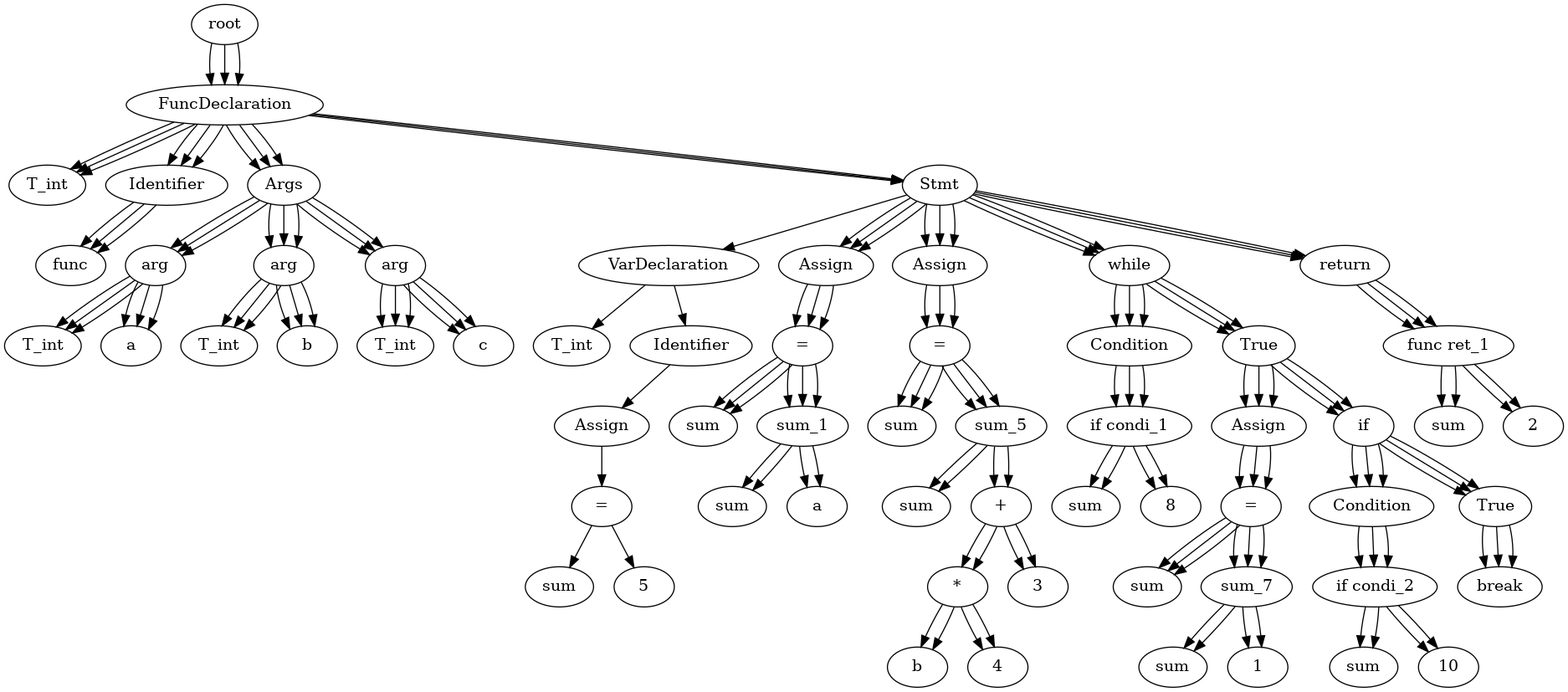
This is test.gv.png from Jstar49/starCC, a Graphviz export, as it was before one commit. Its source is kept beside it as test.gv.
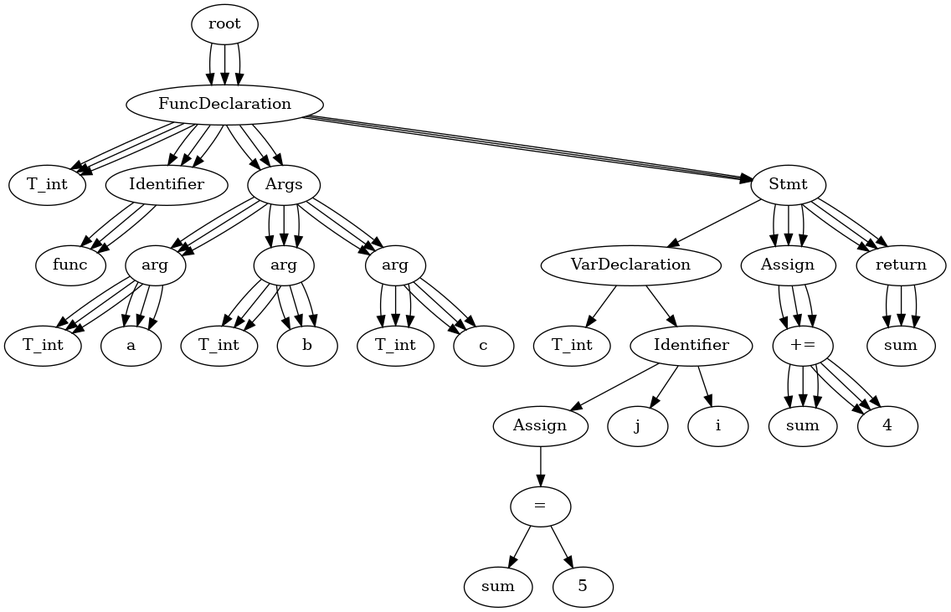
Above is the later version.

Diff of the diagram source:
```diff
@@ -44,84 +44,22 @@
 	20 -> 19
 	21 [label=5]
 	20 -> 21
-	22 [label=Assign]
-	14 -> 22
-	24 [label="="]
-	22 -> 24
-	23 [label=sum]
-	24 -> 23
-	26 [label="+"]
+	22 [label=j]
+	17 -> 22
+	23 [label=i]
+	17 -> 23
+	24 [label=Assign]
+	14 -> 24
+	26 [label="+="]
 	24 -> 26
 	25 [label=sum]
 	26 -> 25
-	27 [label=a]
+	27 [label=4]
 	26 -> 27
-	28 [label=Assign]
+	28 [label=return]
 	14 -> 28
-	30 [label="="]
-	28 -> 30
 	29 [label=sum]
-	30 -> 29
-	32 [label="-"]
-	30 -> 32
-	31 [label=sum]
-	32 -> 31
-	36 [label="+"]
-	32 -> 36
-	34 [label="*"]
-	36 -> 34
-	33 [label=b]
-	34 -> 33
-	35 [label=4]
-	34 -> 35
-	37 [label=3]
-	36 -> 37
-	38 [label=while]
-	14 -> 38
-	39 [label=Condition]
-	38 -> 39
-	41 [label=">"]
-	39 -> 41
-	40 [label=sum]
-	41 -> 40
-	42 [label=8]
-	41 -> 42
-	43 [label=True]
-	38 -> 43
-	44 [label=Assign]
-	43 -> 44
-	46 [label="="]
-	44 -> 46
-	45 [label=sum]
-	46 -> 45
-	48 [label="-"]
-	46 -> 48
-	47 [label=sum]
-	48 -> 47
-	49 [label=1]
-	48 -> 49
-	50 [label=if]
-	43 -> 50
-	51 [label=Condition]
-	50 -> 51
-	53 [label="=="]
-	51 -> 53
-	52 [label=sum]
-	53 -> 52
-	54 [label=10]
-	53 -> 54
-	55 [label=True]
-	50 -> 55
-	56 [label=break]
-	55 -> 56
-	57 [label=return]
-	14 -> 57
-	59 [label="+"]
-	57 -> 59
-	58 [label=sum]
-	59 -> 58
-	60 [label=2]
-	59 -> 60
+	28 -> 29
 	None [label=root]
 	0 [label=FuncDeclaration]
 	None -> 0
@@ -153,84 +91,18 @@
 	11 -> 13
 	14 [label=Stmt]
 	0 -> 14
-	22 [label=Assign]
-	14 -> 22
-	24 [label="="]
-	22 -> 24
-	23 [label=sum]
-	24 -> 23
-	26 [label="+"]
+	24 [label=Assign]
+	14 -> 24
+	26 [label="+="]
 	24 -> 26
 	25 [label=sum]
 	26 -> 25
-	27 [label=a]
+	27 [label=4]
 	26 -> 27
-	28 [label=Assign]
+	28 [label=return]
 	14 -> 28
-	30 [label="="]
-	28 -> 30
 	29 [label=sum]
-	30 -> 29
-	32 [label="-"]
-	30 -> 32
-	31 [label=sum]
-	32 -> 31
-	36 [label="+"]
-	32 -> 36
-	34 [label="*"]
-	36 -> 34
-	33 [label=b]
-	34 -> 33
-	35 [label=4]
-	34 -> 35
-	37 [label=3]
-	36 -> 37
-	38 [label=while]
-	14 -> 38
-	39 [label=Condition]
-	38 -> 39
-	41 [label=">"]
-	39 -> 41
-	40 [label=sum]
-	41 -> 40
-	42 [label=8]
-	41 -> 42
-	43 [label=True]
-	38 -> 43
-	44 [label=Assign]
-	43 -> 44
-	46 [label="="]
-	44 -> 46
-	45 [label=sum]
-	46 -> 45
-	48 [label="-"]
-	46 -> 48
-	47 [label=sum]
-	48 -> 47
-	49 [label=1]
-	48 -> 49
-	50 [label=if]
-	43 -> 50
-	51 [label=Condition]
-	50 -> 51
-	53 [label="=="]
-	51 -> 53
-	52 [label=sum]
-	53 -> 52
-	54 [label=10]
-	53 -> 54
-	55 [label=True]
-	50 -> 55
-	56 [label=break]
-	55 -> 56
-	57 [label=return]
-	14 -> 57
-	59 [label="+"]
-	57 -> 59
-	58 [label=sum]
-	59 -> 58
-	60 [label=2]
-	59 -> 60
+	28 -> 29
 	None [label=root]
 	0 [label=FuncDeclaration]
 	None -> 0
@@ -262,50 +134,16 @@
 	11 -> 13
 	14 [label=Stmt]
 	0 -> 14
-	22 [label=Assign]
-	14 -> 22
-	24 [label="="]
-	22 -> 24
-	23 [label=sum]
-	24 -> 23
-	26 [label=sum_1]
+	24 [label=Assign]
+	14 -> 24
+	26 [label="+="]
 	24 -> 26
-	28 [label=Assign]
+	25 [label=sum]
+	26 -> 25
+	27 [label=4]
+	26 -> 27
+	28 [label=return]
 	14 -> 28
-	30 [label="="]
-	28 -> 30
 	29 [label=sum]
-	30 -> 29
-	32 [label=sum_5]
-	30 -> 32
-	38 [label=while]
-	14 -> 38
-	39 [label=Condition]
-	38 -> 39
-	41 [label="if condi_1"]
-	39 -> 41
-	43 [label=True]
-	38 -> 43
-	44 [label=Assign]
-	43 -> 44
-	46 [label="="]
-	44 -> 46
-	45 [label=sum]
-	46 -> 45
-	48 [label=sum_7]
-	46 -> 48
-	50 [label=if]
-	43 -> 50
-	51 [label=Condition]
-	50 -> 51
-	53 [label="if condi_2"]
-	51 -> 53
-	55 [label=True]
-	50 -> 55
-	56 [label=break]
-	55 -> 56
-	57 [label=return]
-	14 -> 57
-	59 [label="func ret_1"]
-	57 -> 59
+	28 -> 29
 }
```
